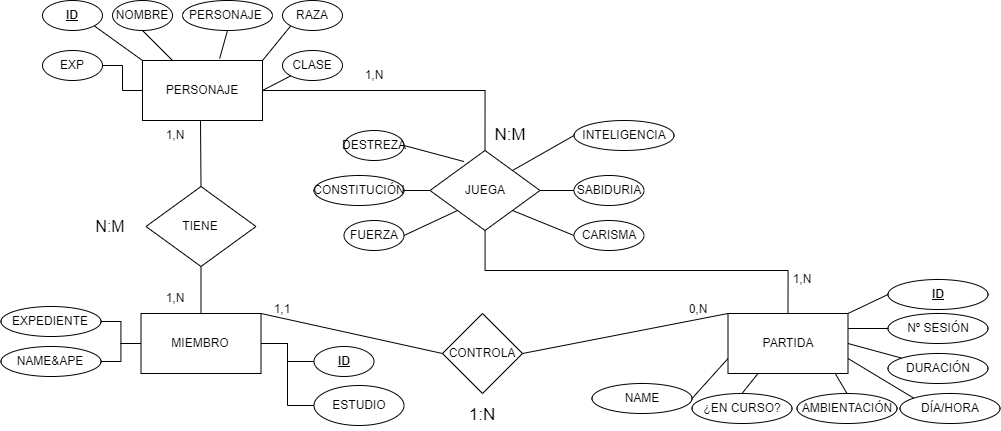
Earlier version of the draw.io export BasesDeDatos/DiagramaE-R.drawio.png (ruben170305/AdraKode). Source tidied: cells renumbered, new cells last; positions are measured from the earlier drawing's top-left corner, leaving out a move shared by most shapes. The source it was exported from:
```xml
<mxGraphModel>
  <root>
    <mxCell id="0" />
    <mxCell id="1" parent="0" />
    <mxCell id="2" value="MIEMBRO" style="rounded=0;whiteSpace=wrap;html=1;" parent="1" vertex="1">
      <mxGeometry x="140.5" y="313" width="120" height="60" as="geometry" />
    </mxCell>
    <mxCell id="3" style="edgeStyle=orthogonalEdgeStyle;rounded=0;jettySize=auto;html=1;entryX=1;entryY=0.5;entryDx=0;entryDy=0;endArrow=none;endFill=0;" parent="1" edge="1" source="4" target="2">
      <mxGeometry relative="1" as="geometry" />
    </mxCell>
    <mxCell id="4" value="&lt;u&gt;&lt;b&gt;ID&lt;/b&gt;&lt;/u&gt;" style="ellipse;whiteSpace=wrap;html=1;" parent="1" vertex="1">
      <mxGeometry x="313.5" y="346" width="60" height="30" as="geometry" />
    </mxCell>
    <mxCell id="5" style="edgeStyle=orthogonalEdgeStyle;rounded=0;jettySize=auto;html=1;entryX=0;entryY=0.5;entryDx=0;entryDy=0;endArrow=none;endFill=0;" parent="1" edge="1" source="6" target="2">
      <mxGeometry relative="1" as="geometry" />
    </mxCell>
    <mxCell id="6" value="EXPEDIENTE" style="ellipse;whiteSpace=wrap;html=1;" parent="1" vertex="1">
      <mxGeometry x="0.5" y="306" width="100" height="30" as="geometry" />
    </mxCell>
    <mxCell id="7" style="edgeStyle=orthogonalEdgeStyle;rounded=0;jettySize=auto;html=1;entryX=1;entryY=0.5;entryDx=0;entryDy=0;endArrow=none;endFill=0;" parent="1" edge="1" source="8" target="2">
      <mxGeometry relative="1" as="geometry" />
    </mxCell>
    <mxCell id="8" value="ESTUDIO" style="ellipse;whiteSpace=wrap;html=1;" parent="1" vertex="1">
      <mxGeometry x="313.5" y="385" width="90" height="40" as="geometry" />
    </mxCell>
    <mxCell id="9" style="edgeStyle=orthogonalEdgeStyle;rounded=0;jettySize=auto;html=1;entryX=0.5;entryY=0;entryDx=0;entryDy=0;endArrow=none;endFill=0;" parent="1" edge="1" source="10" target="36">
      <mxGeometry relative="1" as="geometry" />
    </mxCell>
    <mxCell id="10" value="PERSONAJE" style="rounded=0;whiteSpace=wrap;html=1;" parent="1" vertex="1">
      <mxGeometry x="142" y="60" width="120" height="60" as="geometry" />
    </mxCell>
    <mxCell id="11" value="&lt;b&gt;&lt;u&gt;ID&lt;/u&gt;&lt;/b&gt;" style="ellipse;whiteSpace=wrap;html=1;" parent="1" vertex="1">
      <mxGeometry x="42" width="60" height="30" as="geometry" />
    </mxCell>
    <mxCell id="12" value="NOMBRE" style="ellipse;whiteSpace=wrap;html=1;" parent="1" vertex="1">
      <mxGeometry x="112" width="60" height="30" as="geometry" />
    </mxCell>
    <mxCell id="13" value="PERSONAJE&amp;nbsp;" style="ellipse;whiteSpace=wrap;html=1;" parent="1" vertex="1">
      <mxGeometry x="182" width="90" height="30" as="geometry" />
    </mxCell>
    <mxCell id="14" value="RAZA" style="ellipse;whiteSpace=wrap;html=1;" parent="1" vertex="1">
      <mxGeometry x="282" width="60" height="30" as="geometry" />
    </mxCell>
    <mxCell id="15" value="CLASE" style="ellipse;whiteSpace=wrap;html=1;" parent="1" vertex="1">
      <mxGeometry x="282" y="50" width="60" height="30" as="geometry" />
    </mxCell>
    <mxCell id="16" style="edgeStyle=orthogonalEdgeStyle;rounded=0;jettySize=auto;html=1;entryX=0;entryY=0.5;entryDx=0;entryDy=0;endArrow=none;endFill=0;" parent="1" edge="1" source="17" target="10">
      <mxGeometry relative="1" as="geometry" />
    </mxCell>
    <mxCell id="17" value="EXP" style="ellipse;whiteSpace=wrap;html=1;" parent="1" vertex="1">
      <mxGeometry x="42" y="50" width="60" height="30" as="geometry" />
    </mxCell>
    <mxCell id="18" value="FUERZA" style="ellipse;whiteSpace=wrap;html=1;" parent="1" vertex="1">
      <mxGeometry x="343.5" y="220" width="60" height="30" as="geometry" />
    </mxCell>
    <mxCell id="19" value="DESTREZA" style="ellipse;whiteSpace=wrap;html=1;" parent="1" vertex="1">
      <mxGeometry x="343.5" y="130" width="60" height="30" as="geometry" />
    </mxCell>
    <mxCell id="20" value="CONSTITUCIÓN" style="ellipse;whiteSpace=wrap;html=1;" parent="1" vertex="1">
      <mxGeometry x="313.5" y="175" width="90" height="30" as="geometry" />
    </mxCell>
    <mxCell id="21" value="INTELIGENCIA" style="ellipse;whiteSpace=wrap;html=1;" parent="1" vertex="1">
      <mxGeometry x="573.5" y="120" width="100" height="30" as="geometry" />
    </mxCell>
    <mxCell id="22" value="SABIDURIA" style="ellipse;whiteSpace=wrap;html=1;" parent="1" vertex="1">
      <mxGeometry x="573.5" y="175" width="70" height="30" as="geometry" />
    </mxCell>
    <mxCell id="23" value="CARISMA" style="ellipse;whiteSpace=wrap;html=1;" parent="1" vertex="1">
      <mxGeometry x="573.5" y="220" width="70" height="30" as="geometry" />
    </mxCell>
    <mxCell id="24" value="PARTIDA" style="rounded=0;whiteSpace=wrap;html=1;" parent="1" vertex="1">
      <mxGeometry x="727.5" y="313" width="120" height="60" as="geometry" />
    </mxCell>
    <mxCell id="25" value="&lt;b&gt;&lt;u&gt;ID&lt;/u&gt;&lt;/b&gt;" style="ellipse;whiteSpace=wrap;html=1;" parent="1" vertex="1">
      <mxGeometry x="887.5" y="279" width="100" height="30" as="geometry" />
    </mxCell>
    <mxCell id="26" value="NAME" style="ellipse;whiteSpace=wrap;html=1;" parent="1" vertex="1">
      <mxGeometry x="591.5" y="383" width="100" height="30" as="geometry" />
    </mxCell>
    <mxCell id="27" value="AMBIENTACIÓN" style="ellipse;whiteSpace=wrap;html=1;" parent="1" vertex="1">
      <mxGeometry x="796.5" y="393" width="100" height="30" as="geometry" />
    </mxCell>
    <mxCell id="28" value="DÍA/HORA" style="ellipse;whiteSpace=wrap;html=1;" parent="1" vertex="1">
      <mxGeometry x="899.5" y="393" width="100" height="30" as="geometry" />
    </mxCell>
    <mxCell id="29" value="DURACIÓN" style="ellipse;whiteSpace=wrap;html=1;" parent="1" vertex="1">
      <mxGeometry x="887.5" y="353" width="100" height="30" as="geometry" />
    </mxCell>
    <mxCell id="30" value="Nº SESIÓN" style="ellipse;whiteSpace=wrap;html=1;" parent="1" vertex="1">
      <mxGeometry x="887.5" y="313" width="100" height="30" as="geometry" />
    </mxCell>
    <mxCell id="31" value="¿EN CURSO?" style="ellipse;whiteSpace=wrap;html=1;" parent="1" vertex="1">
      <mxGeometry x="691.5" y="393" width="100" height="30" as="geometry" />
    </mxCell>
    <mxCell id="32" style="edgeStyle=orthogonalEdgeStyle;rounded=0;jettySize=auto;html=1;entryX=0;entryY=0.5;entryDx=0;entryDy=0;endArrow=none;endFill=0;" parent="1" edge="1" source="33" target="2">
      <mxGeometry relative="1" as="geometry" />
    </mxCell>
    <mxCell id="33" value="NAME&amp;amp;APE" style="ellipse;whiteSpace=wrap;html=1;" parent="1" vertex="1">
      <mxGeometry x="0.5" y="346" width="100" height="30" as="geometry" />
    </mxCell>
    <mxCell id="34" value="TIENE" style="rhombus;whiteSpace=wrap;html=1;" parent="1" vertex="1">
      <mxGeometry x="145.5" y="186" width="110" height="80" as="geometry" />
    </mxCell>
    <mxCell id="35" style="edgeStyle=orthogonalEdgeStyle;rounded=0;jettySize=auto;html=1;entryX=0.5;entryY=0;entryDx=0;entryDy=0;endArrow=none;endFill=0;" parent="1" edge="1" source="36" target="24">
      <mxGeometry relative="1" as="geometry">
        <Array as="points">
          <mxPoint x="485" y="270" />
          <mxPoint x="788" y="270" />
        </Array>
      </mxGeometry>
    </mxCell>
    <mxCell id="36" value="JUEGA" style="rhombus;whiteSpace=wrap;html=1;" parent="1" vertex="1">
      <mxGeometry x="429.5" y="150" width="110" height="80" as="geometry" />
    </mxCell>
    <mxCell id="37" style="endArrow=none;html=1;rounded=0;exitX=0.5;exitY=0;exitDx=0;exitDy=0;entryX=0.5;entryY=1;entryDx=0;entryDy=0;" parent="1" edge="1" source="2" target="34">
      <mxGeometry relative="1" as="geometry" />
    </mxCell>
    <mxCell id="38" style="endArrow=none;html=1;rounded=0;exitX=1;exitY=1;exitDx=0;exitDy=0;entryX=0;entryY=0;entryDx=0;entryDy=0;" parent="1" edge="1" source="11" target="10">
      <mxGeometry relative="1" as="geometry" />
    </mxCell>
    <mxCell id="39" style="endArrow=none;html=1;rounded=0;exitX=0.5;exitY=1;exitDx=0;exitDy=0;" parent="1" edge="1" source="12" target="10">
      <mxGeometry relative="1" as="geometry" />
    </mxCell>
    <mxCell id="40" style="endArrow=none;html=1;rounded=0;entryX=0.5;entryY=1;entryDx=0;entryDy=0;exitX=0.643;exitY=-0.033;exitDx=0;exitDy=0;exitPerimeter=0;" parent="1" edge="1" source="10" target="13">
      <mxGeometry relative="1" as="geometry" />
    </mxCell>
    <mxCell id="41" style="endArrow=none;html=1;rounded=0;exitX=0;exitY=1;exitDx=0;exitDy=0;entryX=1;entryY=0;entryDx=0;entryDy=0;" parent="1" edge="1" source="14" target="10">
      <mxGeometry relative="1" as="geometry" />
    </mxCell>
    <mxCell id="42" style="endArrow=none;html=1;rounded=0;exitX=1;exitY=0.5;exitDx=0;exitDy=0;entryX=0;entryY=1;entryDx=0;entryDy=0;" parent="1" edge="1" source="10" target="15">
      <mxGeometry relative="1" as="geometry" />
    </mxCell>
    <mxCell id="43" style="endArrow=none;html=1;rounded=0;exitX=1;exitY=0.5;exitDx=0;exitDy=0;entryX=0;entryY=0.75;entryDx=0;entryDy=0;" parent="1" edge="1" source="26" target="24">
      <mxGeometry relative="1" as="geometry" />
    </mxCell>
    <mxCell id="44" style="endArrow=none;html=1;rounded=0;exitX=0.5;exitY=0;exitDx=0;exitDy=0;entryX=0.25;entryY=1;entryDx=0;entryDy=0;" parent="1" edge="1" source="31" target="24">
      <mxGeometry relative="1" as="geometry" />
    </mxCell>
    <mxCell id="45" style="endArrow=none;html=1;rounded=0;exitX=0.5;exitY=0;exitDx=0;exitDy=0;entryX=0.892;entryY=0.995;entryDx=0;entryDy=0;entryPerimeter=0;" parent="1" edge="1" source="27" target="24">
      <mxGeometry relative="1" as="geometry" />
    </mxCell>
    <mxCell id="46" style="endArrow=none;html=1;rounded=0;exitX=0;exitY=0;exitDx=0;exitDy=0;entryX=1;entryY=0.75;entryDx=0;entryDy=0;" parent="1" edge="1" source="28" target="24">
      <mxGeometry relative="1" as="geometry" />
    </mxCell>
    <mxCell id="47" style="endArrow=none;html=1;rounded=0;exitX=0;exitY=0;exitDx=0;exitDy=0;entryX=1;entryY=0.5;entryDx=0;entryDy=0;" parent="1" edge="1" source="29" target="24">
      <mxGeometry relative="1" as="geometry" />
    </mxCell>
    <mxCell id="48" style="endArrow=none;html=1;rounded=0;exitX=0;exitY=0.5;exitDx=0;exitDy=0;entryX=1;entryY=0.25;entryDx=0;entryDy=0;" parent="1" edge="1" source="30" target="24">
      <mxGeometry relative="1" as="geometry" />
    </mxCell>
    <mxCell id="49" style="endArrow=none;html=1;rounded=0;exitX=1;exitY=0.5;exitDx=0;exitDy=0;entryX=0.309;entryY=0.138;entryDx=0;entryDy=0;entryPerimeter=0;" parent="1" edge="1" source="19" target="36">
      <mxGeometry relative="1" as="geometry" />
    </mxCell>
    <mxCell id="50" style="endArrow=none;html=1;rounded=0;exitX=1;exitY=0.5;exitDx=0;exitDy=0;entryX=0;entryY=0.5;entryDx=0;entryDy=0;" parent="1" edge="1" source="20" target="36">
      <mxGeometry relative="1" as="geometry" />
    </mxCell>
    <mxCell id="51" style="endArrow=none;html=1;rounded=0;exitX=1;exitY=0.5;exitDx=0;exitDy=0;entryX=0;entryY=1;entryDx=0;entryDy=0;" parent="1" edge="1" source="18" target="36">
      <mxGeometry relative="1" as="geometry" />
    </mxCell>
    <mxCell id="52" style="endArrow=none;html=1;rounded=0;exitX=0;exitY=0.5;exitDx=0;exitDy=0;entryX=1;entryY=1;entryDx=0;entryDy=0;" parent="1" edge="1" source="23" target="36">
      <mxGeometry relative="1" as="geometry" />
    </mxCell>
    <mxCell id="53" style="endArrow=none;html=1;rounded=0;exitX=1;exitY=0.5;exitDx=0;exitDy=0;entryX=0;entryY=0.5;entryDx=0;entryDy=0;" parent="1" edge="1" source="36" target="22">
      <mxGeometry relative="1" as="geometry" />
    </mxCell>
    <mxCell id="54" style="endArrow=none;html=1;rounded=0;exitX=1;exitY=0;exitDx=0;exitDy=0;entryX=0;entryY=0.5;entryDx=0;entryDy=0;" parent="1" edge="1" source="36" target="21">
      <mxGeometry relative="1" as="geometry" />
    </mxCell>
    <mxCell id="55" style="endArrow=none;html=1;rounded=0;entryX=0;entryY=0.5;entryDx=0;entryDy=0;exitX=1;exitY=0;exitDx=0;exitDy=0;" parent="1" edge="1" source="24" target="25">
      <mxGeometry relative="1" as="geometry" />
    </mxCell>
    <mxCell id="56" style="endArrow=none;html=1;rounded=0;exitX=0.5;exitY=0;exitDx=0;exitDy=0;" parent="1" edge="1" source="34">
      <mxGeometry relative="1" as="geometry">
        <mxPoint x="200" y="120" as="targetPoint" />
      </mxGeometry>
    </mxCell>
    <mxCell id="57" value="CONTROLA" style="rhombus;whiteSpace=wrap;html=1;" parent="1" vertex="1">
      <mxGeometry x="442" y="313" width="80" height="80" as="geometry" />
    </mxCell>
    <mxCell id="58" style="endArrow=none;html=1;rounded=0;entryX=0;entryY=0;entryDx=0;entryDy=0;exitX=1;exitY=0.5;exitDx=0;exitDy=0;" parent="1" edge="1" source="57" target="24">
      <mxGeometry relative="1" as="geometry" />
    </mxCell>
    <mxCell id="59" style="endArrow=none;html=1;rounded=0;exitX=1;exitY=0;exitDx=0;exitDy=0;entryX=0;entryY=0.5;entryDx=0;entryDy=0;" parent="1" edge="1" source="2" target="57">
      <mxGeometry relative="1" as="geometry" />
    </mxCell>
    <mxCell id="60" value="&lt;font style=&quot;font-size: 17px;&quot;&gt;N:M&lt;/font&gt;" style="text;html=1;align=center;verticalAlign=middle;whiteSpace=wrap;rounded=0;" parent="1" vertex="1">
      <mxGeometry x="479.5" y="120" width="60" height="30" as="geometry" />
    </mxCell>
    <mxCell id="61" value="&lt;font style=&quot;font-size: 17px;&quot;&gt;1:N&lt;/font&gt;" style="text;html=1;align=center;verticalAlign=middle;whiteSpace=wrap;rounded=0;" parent="1" vertex="1">
      <mxGeometry x="452" y="400" width="60" height="30" as="geometry" />
    </mxCell>
    <mxCell id="62" value="&lt;font style=&quot;font-size: 16px;&quot;&gt;N:M&lt;/font&gt;" style="text;html=1;align=center;verticalAlign=middle;whiteSpace=wrap;rounded=0;" parent="1" vertex="1">
      <mxGeometry x="80.5" y="211" width="60" height="30" as="geometry" />
    </mxCell>
    <mxCell id="63" value="1,1" style="text;html=1;align=center;verticalAlign=middle;whiteSpace=wrap;rounded=0;" parent="1" vertex="1">
      <mxGeometry x="252" y="294" width="60" height="30" as="geometry" />
    </mxCell>
    <mxCell id="64" value="0,N" style="text;html=1;align=center;verticalAlign=middle;whiteSpace=wrap;rounded=0;" parent="1" vertex="1">
      <mxGeometry x="667.5" y="294" width="60" height="30" as="geometry" />
    </mxCell>
    <mxCell id="65" value="1,N" style="text;html=1;align=center;verticalAlign=middle;whiteSpace=wrap;rounded=0;" parent="1" vertex="1">
      <mxGeometry x="145" y="120" width="60" height="30" as="geometry" />
    </mxCell>
    <mxCell id="66" value="1,N" style="text;html=1;align=center;verticalAlign=middle;whiteSpace=wrap;rounded=0;" parent="1" vertex="1">
      <mxGeometry x="145" y="283" width="60" height="30" as="geometry" />
    </mxCell>
    <mxCell id="67" value="1,N" style="text;html=1;align=center;verticalAlign=middle;whiteSpace=wrap;rounded=0;" parent="1" vertex="1">
      <mxGeometry x="344" y="60" width="60" height="30" as="geometry" />
    </mxCell>
    <mxCell id="68" value="1,N" style="text;html=1;align=center;verticalAlign=middle;whiteSpace=wrap;rounded=0;" parent="1" vertex="1">
      <mxGeometry x="772" y="264" width="60" height="30" as="geometry" />
    </mxCell>
  </root>
</mxGraphModel>
```
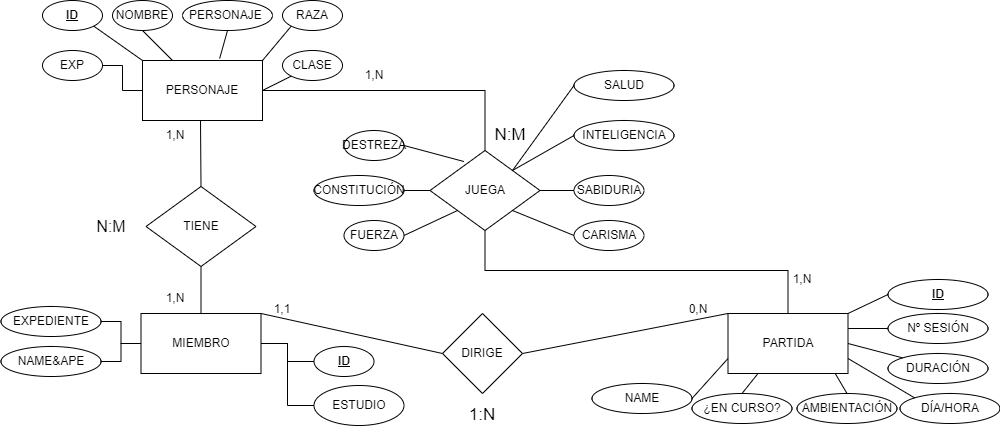
After the change.

Commit message:
Documentacion modificada Atributo "Salud" añadido al diagrama E-R

Change to the diagram source:
```diff
@@ -174,7 +174,7 @@
         <mxPoint x="200" y="120" as="targetPoint" />
       </mxGeometry>
     </mxCell>
-    <mxCell id="57" value="CONTROLA" style="rhombus;whiteSpace=wrap;html=1;" parent="1" vertex="1">
+    <mxCell id="57" value="DIRIGE" style="rhombus;whiteSpace=wrap;html=1;" parent="1" vertex="1">
       <mxGeometry x="442" y="313" width="80" height="80" as="geometry" />
     </mxCell>
     <mxCell id="58" style="endArrow=none;html=1;rounded=0;entryX=0;entryY=0;entryDx=0;entryDy=0;exitX=1;exitY=0.5;exitDx=0;exitDy=0;" parent="1" edge="1" source="57" target="24">
@@ -210,5 +210,11 @@
     <mxCell id="68" value="1,N" style="text;html=1;align=center;verticalAlign=middle;whiteSpace=wrap;rounded=0;" parent="1" vertex="1">
       <mxGeometry x="772" y="264" width="60" height="30" as="geometry" />
     </mxCell>
+    <mxCell id="69" value="SALUD" style="ellipse;whiteSpace=wrap;html=1;" parent="1" vertex="1">
+      <mxGeometry x="573.5" y="70" width="100" height="30" as="geometry" />
+    </mxCell>
+    <mxCell id="70" style="endArrow=none;html=1;rounded=0;entryX=0;entryY=0.5;entryDx=0;entryDy=0;exitX=1;exitY=0;exitDx=0;exitDy=0;" parent="1" edge="1" source="36" target="69">
+      <mxGeometry relative="1" as="geometry" />
+    </mxCell>
   </root>
 </mxGraphModel>
```
